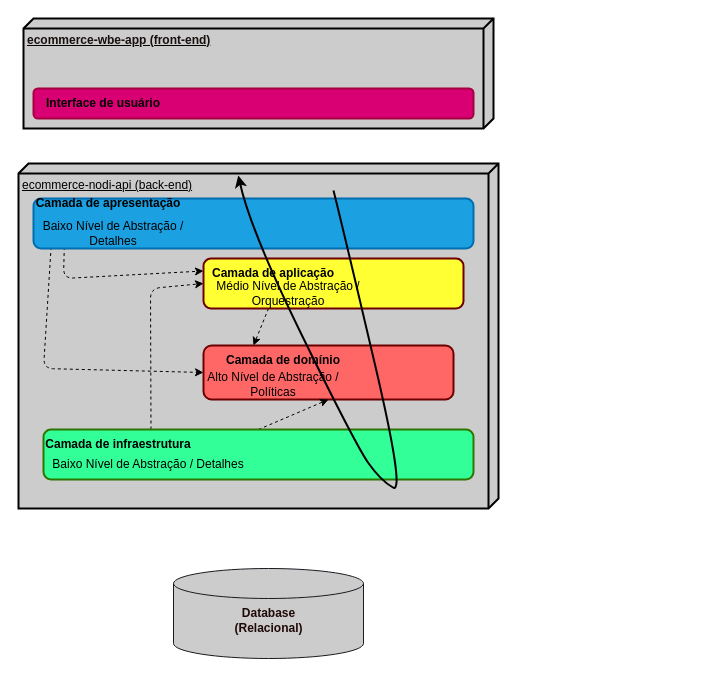
The draw.io diagram page "Arquitetura em Camadas" (1 of 2) of requirements/ecommerce.-arquitetura.drawio in Fernanda071/ecommerce-node-api, before the edit. Source tidied: cells renumbered, new cells numbered last; positions are measured from the earlier drawing's top-left corner, leaving out a move shared by most shapes. Both pictures are drawn from the tidied source at 100%, with x=0, y=0 at pixel (18, 18).
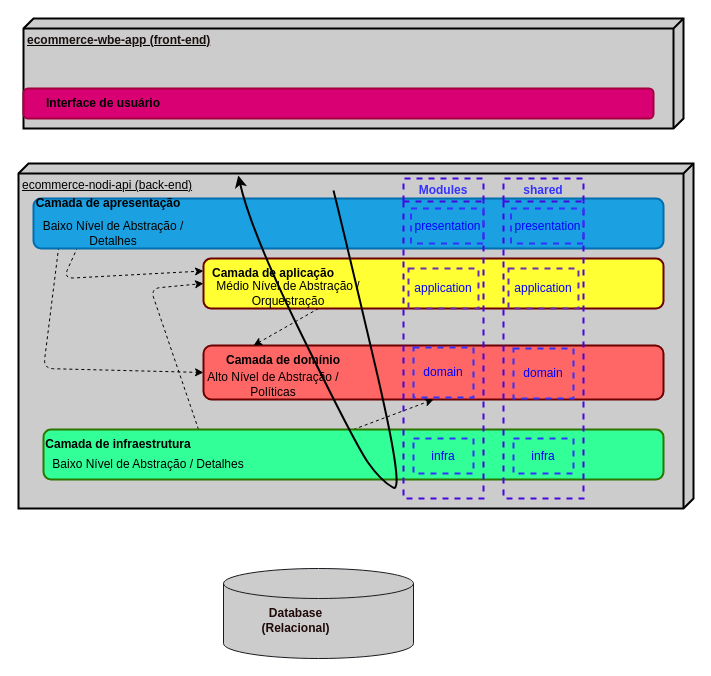
After the change.

Diff of the diagram source:
```diff
@@
     <mxCell id="2" value="&lt;font color=&quot;#000000&quot;&gt;ecommerce-nodi-api (back-end)&lt;/font&gt;" style="verticalAlign=top;align=left;spacingTop=8;spacingLeft=2;spacingRight=12;shape=cube;size=10;direction=south;fontStyle=4;html=1;strokeWidth=2;fillColor=#CCCCCC;" parent="1" vertex="1">
-      <mxGeometry y="145" width="480" height="345" as="geometry" />
+      <mxGeometry y="145" width="675" height="345" as="geometry" />
     </mxCell>
     <mxCell id="3" value="&lt;font color=&quot;#1a0f0f&quot;&gt;&lt;b&gt;ecommerce-wbe-app (front-end)&lt;/b&gt;&lt;/font&gt;" style="verticalAlign=top;align=left;spacingTop=8;spacingLeft=2;spacingRight=12;shape=cube;size=10;direction=south;fontStyle=4;html=1;strokeWidth=2;fillColor=#CCCCCC;" parent="1" vertex="1">
-      <mxGeometry x="5" width="470" height="110" as="geometry" />
+      <mxGeometry x="5" width="660" height="110" as="geometry" />
     </mxCell>
@@
     <mxCell id="6" style="rounded=1;whiteSpace=wrap;html=1;strokeWidth=2;fillColor=#1ba1e2;fontColor=#ffffff;strokeColor=#006EAF;points=[[0,0,0,0,0],[0,0.27,0,0,0],[0,0.5,0,0,0],[0,0.73,0,0,0],[0,1,0,0,0],[0.04,0.97,0,0,0],[0.07,0.97,0,0,0],[0.5,0,0,0,0],[0.5,1,0,0,0],[0.75,0,0,0,0],[0.75,1,0,0,0],[1,0,0,0,0],[1,0.27,0,0,0],[1,0.5,0,0,0],[1,0.77,0,0,0],[1,1,0,0,0]];" parent="1" vertex="1">
-      <mxGeometry x="15" y="180" width="440" height="50" as="geometry" />
+      <mxGeometry x="15" y="180" width="630" height="50" as="geometry" />
     </mxCell>
     <mxCell id="7" style="rounded=1;whiteSpace=wrap;html=1;strokeWidth=2;fillColor=#FF6666;fontColor=#ffffff;strokeColor=#6F0000;" parent="1" vertex="1">
-      <mxGeometry x="185" y="327" width="250" height="54" as="geometry" />
+      <mxGeometry x="185" y="327" width="460" height="54" as="geometry" />
     </mxCell>
     <mxCell id="8" style="rounded=1;whiteSpace=wrap;html=1;strokeWidth=2;fillColor=#d80073;strokeColor=#A50040;fontColor=#ffffff;arcSize=15;" parent="1" vertex="1">
-      <mxGeometry x="15" y="70" width="440" height="30" as="geometry" />
+      <mxGeometry x="5" y="70" width="630" height="30" as="geometry" />
     </mxCell>
@@
     <mxCell id="13" style="rounded=1;whiteSpace=wrap;html=1;strokeWidth=2;fillColor=#FFFF33;fontColor=#ffffff;strokeColor=#6F0000;points=[[0,0,0,0,0],[0,0.25,0,0,0],[0,0.5,0,0,0],[0,0.75,0,0,0],[0,1,0,0,0],[0.25,0,0,0,0],[0.25,1,0,0,0],[0.47,0.92,0,0,0],[0.5,0,0,0,0],[0.75,0,0,0,0],[0.75,1,0,0,0],[1,0,0,0,0],[1,0.25,0,0,0],[1,0.5,0,0,0],[1,0.75,0,0,0],[1,1,0,0,0]];" parent="1" vertex="1">
-      <mxGeometry x="185" y="240" width="260" height="50" as="geometry" />
+      <mxGeometry x="185" y="240" width="460" height="50" as="geometry" />
     </mxCell>
@@
     <mxCell id="17" style="rounded=1;whiteSpace=wrap;html=1;strokeWidth=2;fillColor=#33FF99;fontColor=#ffffff;strokeColor=#2D7600;" parent="1" vertex="1">
-      <mxGeometry x="25" y="411" width="430" height="50" as="geometry" />
+      <mxGeometry x="25" y="411" width="620" height="50" as="geometry" />
     </mxCell>
@@
     <mxCell id="24" style="shape=cylinder3;whiteSpace=wrap;html=1;boundedLbl=1;backgroundOutline=1;size=15;labelBorderColor=none;strokeColor=#1d1921;strokeWidth=1;fontColor=#000000;fillColor=#cccccc;" parent="1" vertex="1">
-      <mxGeometry x="155" y="550" width="190" height="90" as="geometry" />
+      <mxGeometry x="205" y="550" width="190" height="90" as="geometry" />
     </mxCell>
     <mxCell id="25" value="&lt;font color=&quot;#200909&quot;&gt;&lt;br&gt;&lt;b style=&quot;border-color: rgb(0, 0, 0); font-family: Helvetica; font-size: 12px; font-style: normal; font-variant-ligatures: normal; font-variant-caps: normal; letter-spacing: normal; orphans: 2; text-align: center; text-indent: 0px; text-transform: none; widows: 2; word-spacing: 0px; -webkit-text-stroke-width: 0px; text-decoration-thickness: initial; text-decoration-style: initial; text-decoration-color: initial;&quot;&gt;Database (Relacional)&lt;/b&gt;&lt;br&gt;&lt;/font&gt;" style="text;html=1;strokeColor=none;fillColor=none;align=center;verticalAlign=middle;whiteSpace=wrap;rounded=0;labelBorderColor=none;strokeWidth=1;fontColor=#F0F0F0;labelBackgroundColor=none;" parent="1" vertex="1">
-      <mxGeometry x="192.5" y="580" width="115" height="30" as="geometry" />
+      <mxGeometry x="220" y="580" width="115" height="30" as="geometry" />
     </mxCell>
+    <mxCell id="26" value="&lt;font color=&quot;#3333ff&quot;&gt;Modules&lt;/font&gt;" style="swimlane;whiteSpace=wrap;html=1;dashed=1;fillColor=none;strokeColor=#4705e1;strokeWidth=2;" parent="1" vertex="1">
+      <mxGeometry x="385" y="160" width="80" height="320" as="geometry" />
+    </mxCell>
+    <mxCell id="27" value="application" style="rounded=0;whiteSpace=wrap;html=1;dashed=1;labelBackgroundColor=none;labelBorderColor=none;strokeColor=#6a2eb2;strokeWidth=2;fontColor=#0000FF;fillColor=none;gradientColor=none;" parent="26" vertex="1">
+      <mxGeometry x="5" y="90" width="70" height="40" as="geometry" />
+    </mxCell>
+    <mxCell id="28" value="presentation" style="rounded=0;whiteSpace=wrap;html=1;dashed=1;labelBackgroundColor=none;labelBorderColor=none;strokeColor=#3333FF;strokeWidth=2;fontColor=#0000FF;fillColor=none;gradientColor=none;" parent="26" vertex="1">
+      <mxGeometry x="7.5" y="30" width="72.5" height="35" as="geometry" />
+    </mxCell>
+    <mxCell id="29" value="infra" style="rounded=0;whiteSpace=wrap;html=1;dashed=1;labelBackgroundColor=none;labelBorderColor=none;strokeColor=#3333FF;strokeWidth=2;fontColor=#0000FF;fillColor=none;gradientColor=none;" parent="26" vertex="1">
+      <mxGeometry x="10" y="260" width="60" height="35" as="geometry" />
+    </mxCell>
+    <mxCell id="30" value="&lt;font color=&quot;#0000ff&quot;&gt;domain&lt;/font&gt;" style="rounded=0;whiteSpace=wrap;html=1;dashed=1;labelBackgroundColor=none;strokeWidth=2;gradientColor=none;fillColor=none;fontColor=default;labelBorderColor=none;strokeColor=#3333FF;" parent="1" vertex="1">
+      <mxGeometry x="395" y="329" width="60" height="50" as="geometry" />
+    </mxCell>
+    <mxCell id="31" value="&lt;font color=&quot;#3333ff&quot;&gt;shared&lt;/font&gt;" style="swimlane;whiteSpace=wrap;html=1;dashed=1;fillColor=none;strokeColor=#4705e1;strokeWidth=2;" parent="1" vertex="1">
+      <mxGeometry x="485" y="160" width="80" height="320" as="geometry" />
+    </mxCell>
+    <mxCell id="32" value="application" style="rounded=0;whiteSpace=wrap;html=1;dashed=1;labelBackgroundColor=none;labelBorderColor=none;strokeColor=#6a2eb2;strokeWidth=2;fontColor=#0000FF;fillColor=none;gradientColor=none;" parent="31" vertex="1">
+      <mxGeometry x="5" y="90" width="70" height="40" as="geometry" />
+    </mxCell>
+    <mxCell id="33" value="presentation" style="rounded=0;whiteSpace=wrap;html=1;dashed=1;labelBackgroundColor=none;labelBorderColor=none;strokeColor=#3333FF;strokeWidth=2;fontColor=#0000FF;fillColor=none;gradientColor=none;" parent="31" vertex="1">
+      <mxGeometry x="7.5" y="30" width="72.5" height="35" as="geometry" />
+    </mxCell>
+    <mxCell id="34" value="infra" style="rounded=0;whiteSpace=wrap;html=1;dashed=1;labelBackgroundColor=none;labelBorderColor=none;strokeColor=#3333FF;strokeWidth=2;fontColor=#0000FF;fillColor=none;gradientColor=none;" parent="31" vertex="1">
+      <mxGeometry x="10" y="260" width="60" height="35" as="geometry" />
+    </mxCell>
+    <mxCell id="35" value="&lt;font color=&quot;#0000ff&quot;&gt;domain&lt;/font&gt;" style="rounded=0;whiteSpace=wrap;html=1;dashed=1;labelBackgroundColor=none;strokeWidth=2;gradientColor=none;fillColor=none;fontColor=default;labelBorderColor=none;strokeColor=#3333FF;" parent="31" vertex="1">
+      <mxGeometry x="10" y="170" width="60" height="50" as="geometry" />
+    </mxCell>
```
